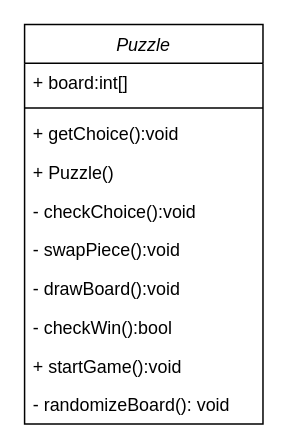
This is schema/puzzle class.drawio from deeperj/rust, a draw.io file, before an edit. Source tidied: cells renumbered, new cells numbered last; positions are measured from the earlier drawing's top-left corner, leaving out a move shared by most shapes. Both pictures are drawn from the tidied source at 149%, with x=0, y=0 at pixel (24, 24).
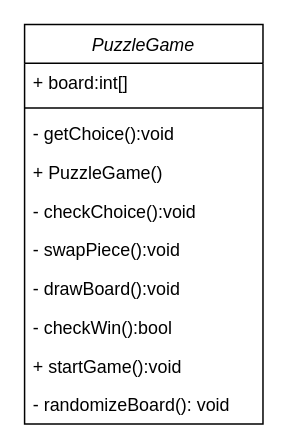
Above is the later version.

Diff of the diagram source:
```diff
@@
 <mxGraphModel>
   <root>
     <mxCell id="0" />
     <mxCell id="1" parent="0" />
-    <mxCell id="2" value="Puzzle" style="swimlane;fontStyle=2;align=center;verticalAlign=top;horizontal=1;startSize=26;rounded=0;shadow=0;strokeWidth=1;" parent="1" vertex="1">
+    <mxCell id="2" value="PuzzleGame" style="swimlane;fontStyle=2;align=center;verticalAlign=top;horizontal=1;startSize=26;rounded=0;shadow=0;strokeWidth=1;" parent="1" vertex="1">
       <mxGeometry width="160" height="268" as="geometry" />
     </mxCell>
     <mxCell id="3" value="+ board:int[]" style="text;align=left;verticalAlign=top;spacingLeft=4;spacingRight=4;overflow=hidden;" parent="2" vertex="1">
       <mxGeometry y="26" width="160" height="26" as="geometry" />
     </mxCell>
     <mxCell id="4" style="line;html=1;strokeWidth=1;align=left;verticalAlign=middle;spacingTop=-1;spacingLeft=3;spacingRight=3;labelPosition=right;" parent="2" vertex="1">
       <mxGeometry y="52" width="160" height="8" as="geometry" />
     </mxCell>
-    <mxCell id="5" value="+ getChoice():void" style="text;align=left;verticalAlign=top;spacingLeft=4;spacingRight=4;overflow=hidden;rounded=0;shadow=0;html=0;" parent="2" vertex="1">
+    <mxCell id="5" value="- getChoice():void" style="text;align=left;verticalAlign=top;spacingLeft=4;spacingRight=4;overflow=hidden;rounded=0;shadow=0;html=0;" parent="2" vertex="1">
       <mxGeometry y="60" width="160" height="26" as="geometry" />
     </mxCell>
-    <mxCell id="6" value="+ Puzzle()" style="text;align=left;verticalAlign=top;spacingLeft=4;spacingRight=4;overflow=hidden;rounded=0;shadow=0;html=0;" parent="2" vertex="1">
+    <mxCell id="6" value="+ PuzzleGame()" style="text;align=left;verticalAlign=top;spacingLeft=4;spacingRight=4;overflow=hidden;rounded=0;shadow=0;html=0;" parent="2" vertex="1">
       <mxGeometry y="86" width="160" height="26" as="geometry" />
     </mxCell>
     <mxCell id="7" value="- checkChoice():void" style="text;align=left;verticalAlign=top;spacingLeft=4;spacingRight=4;overflow=hidden;" parent="2" vertex="1">
       <mxGeometry y="112" width="160" height="26" as="geometry" />
     </mxCell>
     <mxCell id="8" value="- swapPiece():void" style="text;align=left;verticalAlign=top;spacingLeft=4;spacingRight=4;overflow=hidden;" parent="2" vertex="1">
       <mxGeometry y="138" width="160" height="26" as="geometry" />
     </mxCell>
     <mxCell id="9" value="- drawBoard():void" style="text;align=left;verticalAlign=top;spacingLeft=4;spacingRight=4;overflow=hidden;" parent="2" vertex="1">
       <mxGeometry y="164" width="160" height="26" as="geometry" />
     </mxCell>
     <mxCell id="10" value="- checkWin():bool" style="text;align=left;verticalAlign=top;spacingLeft=4;spacingRight=4;overflow=hidden;" parent="2" vertex="1">
       <mxGeometry y="190" width="160" height="26" as="geometry" />
     </mxCell>
     <mxCell id="11" value="+ startGame():void" style="text;align=left;verticalAlign=top;spacingLeft=4;spacingRight=4;overflow=hidden;" parent="2" vertex="1">
       <mxGeometry y="216" width="160" height="26" as="geometry" />
     </mxCell>
     <mxCell id="12" value="- randomizeBoard(): void" style="text;align=left;verticalAlign=top;spacingLeft=4;spacingRight=4;overflow=hidden;" parent="2" vertex="1">
       <mxGeometry y="242" width="160" height="26" as="geometry" />
     </mxCell>
   </root>
 </mxGraphModel>
```
